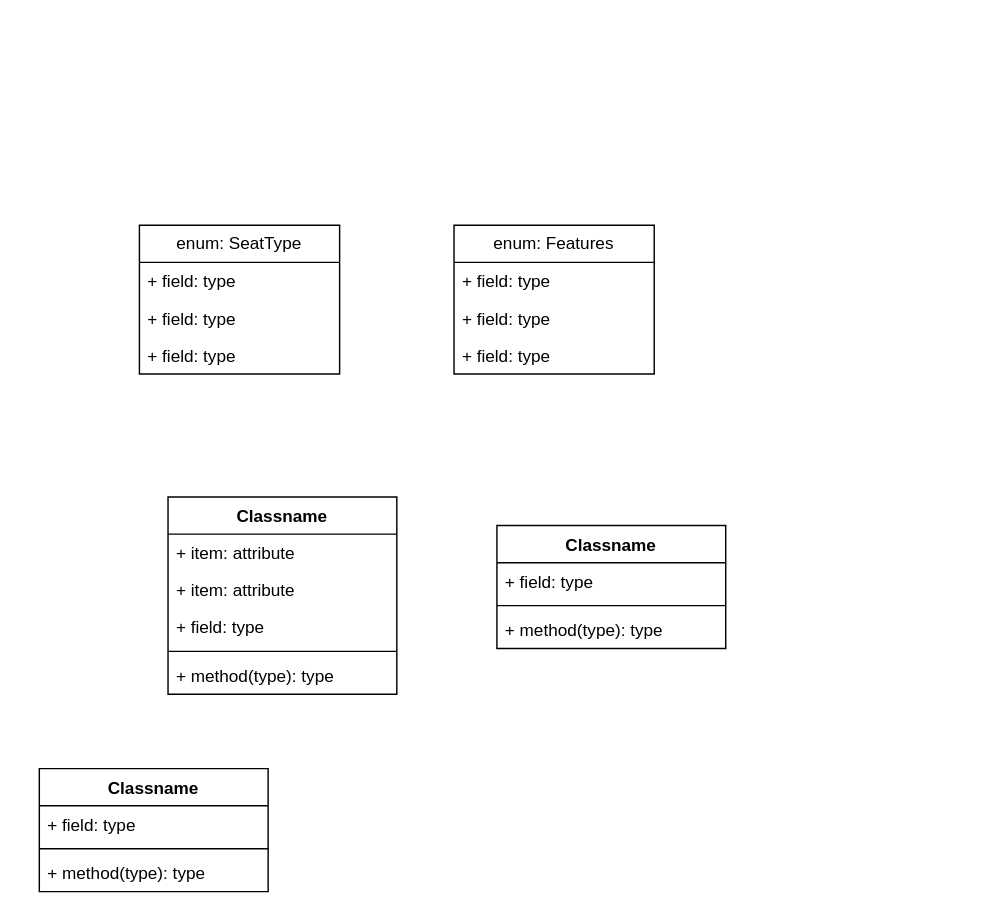
This is BookMySHow.drawio from surajnaik90/Architectures-Designs, a draw.io file, before an edit. Source tidied: cells renumbered, new cells numbered last; positions are measured from the earlier drawing's top-left corner, leaving out a move shared by most shapes. Both pictures are drawn from the tidied source at 143%, with x=0, y=0 at pixel (39, 225).
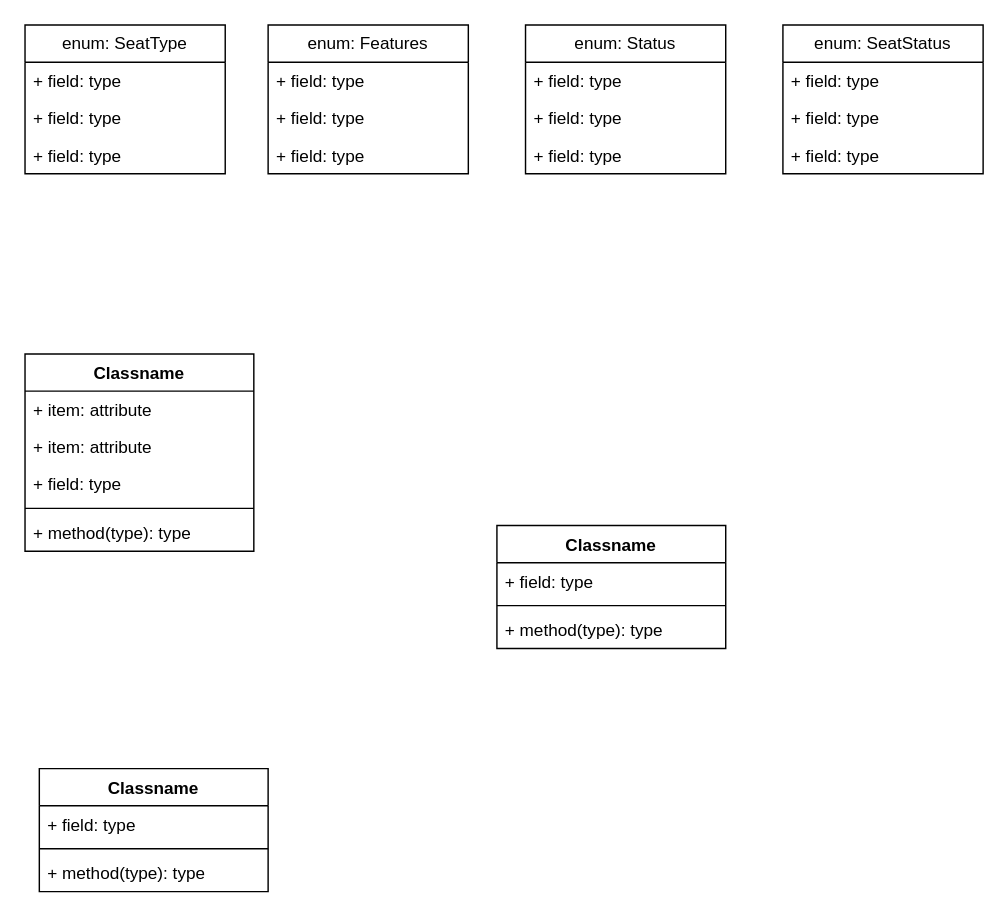
After the change.

The edit, as a diff of the source:
```diff
@@
     <mxCell id="2" value="Classname" style="swimlane;fontStyle=1;align=center;verticalAlign=top;horizontal=1;startSize=26;whiteSpace=wrap;html=1;" parent="1" vertex="1">
-      <mxGeometry x="90" y="190" width="160" height="138" as="geometry" />
+      <mxGeometry x="-10" y="90" width="160" height="138" as="geometry" />
     </mxCell>
@@
     <mxCell id="12" value="enum: SeatType" style="swimlane;fontStyle=0;horizontal=1;startSize=26;fillColor=none;whiteSpace=wrap;html=1;" parent="1" vertex="1">
-      <mxGeometry x="70" width="140" height="104" as="geometry" />
+      <mxGeometry x="-10" y="-140" width="140" height="104" as="geometry" />
     </mxCell>
@@
     <mxCell id="20" value="enum: Features" style="swimlane;fontStyle=0;horizontal=1;startSize=26;fillColor=none;whiteSpace=wrap;html=1;" parent="1" vertex="1">
-      <mxGeometry x="290" width="140" height="104" as="geometry" />
+      <mxGeometry x="160" y="-140" width="140" height="104" as="geometry" />
     </mxCell>
@@
+    <mxCell id="24" value="enum: Status" style="swimlane;fontStyle=0;horizontal=1;startSize=26;fillColor=none;whiteSpace=wrap;html=1;" parent="1" vertex="1">
+      <mxGeometry x="340" y="-140" width="140" height="104" as="geometry" />
+    </mxCell>
+    <mxCell id="25" value="+ field: type" style="text;strokeColor=none;fillColor=none;align=left;verticalAlign=top;spacingLeft=4;spacingRight=4;overflow=hidden;whiteSpace=wrap;html=1;" parent="24" vertex="1">
+      <mxGeometry y="26" width="140" height="26" as="geometry" />
+    </mxCell>
+    <mxCell id="26" value="+ field: type" style="text;strokeColor=none;fillColor=none;align=left;verticalAlign=top;spacingLeft=4;spacingRight=4;overflow=hidden;whiteSpace=wrap;html=1;" parent="24" vertex="1">
+      <mxGeometry y="52" width="140" height="26" as="geometry" />
+    </mxCell>
+    <mxCell id="27" value="+ field: type" style="text;strokeColor=none;fillColor=none;align=left;verticalAlign=top;spacingLeft=4;spacingRight=4;overflow=hidden;whiteSpace=wrap;html=1;" parent="24" vertex="1">
+      <mxGeometry y="78" width="140" height="26" as="geometry" />
+    </mxCell>
+    <mxCell id="28" value="enum: SeatStatus" style="swimlane;fontStyle=0;horizontal=1;startSize=26;fillColor=none;whiteSpace=wrap;html=1;" parent="1" vertex="1">
+      <mxGeometry x="520" y="-140" width="140" height="104" as="geometry" />
+    </mxCell>
+    <mxCell id="29" value="+ field: type" style="text;strokeColor=none;fillColor=none;align=left;verticalAlign=top;spacingLeft=4;spacingRight=4;overflow=hidden;whiteSpace=wrap;html=1;" parent="28" vertex="1">
+      <mxGeometry y="26" width="140" height="26" as="geometry" />
+    </mxCell>
+    <mxCell id="30" value="+ field: type" style="text;strokeColor=none;fillColor=none;align=left;verticalAlign=top;spacingLeft=4;spacingRight=4;overflow=hidden;whiteSpace=wrap;html=1;" parent="28" vertex="1">
+      <mxGeometry y="52" width="140" height="26" as="geometry" />
+    </mxCell>
+    <mxCell id="31" value="+ field: type" style="text;strokeColor=none;fillColor=none;align=left;verticalAlign=top;spacingLeft=4;spacingRight=4;overflow=hidden;whiteSpace=wrap;html=1;" parent="28" vertex="1">
+      <mxGeometry y="78" width="140" height="26" as="geometry" />
+    </mxCell>
```
